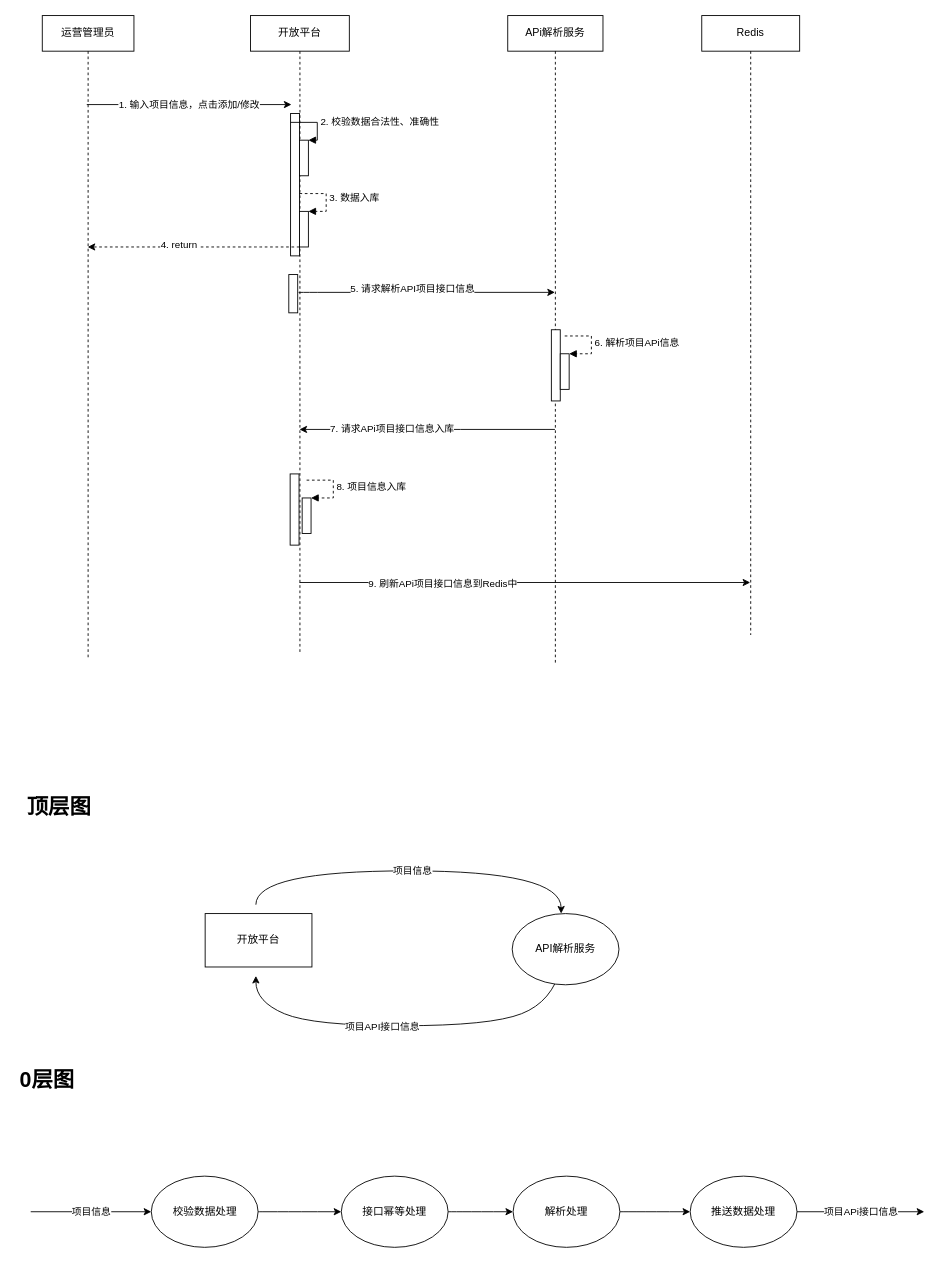
laowang-cloud/diagrams keeps this draw.io diagram as 开放平台添加项目功能.drawio. Above is the earlier version. Source tidied: cells renumbered, new cells numbered last; positions are measured from the earlier drawing's top-left corner, leaving out a move shared by most shapes. Both pictures are drawn from the tidied source at 89%, with x=0, y=0 at pixel (15, 15).
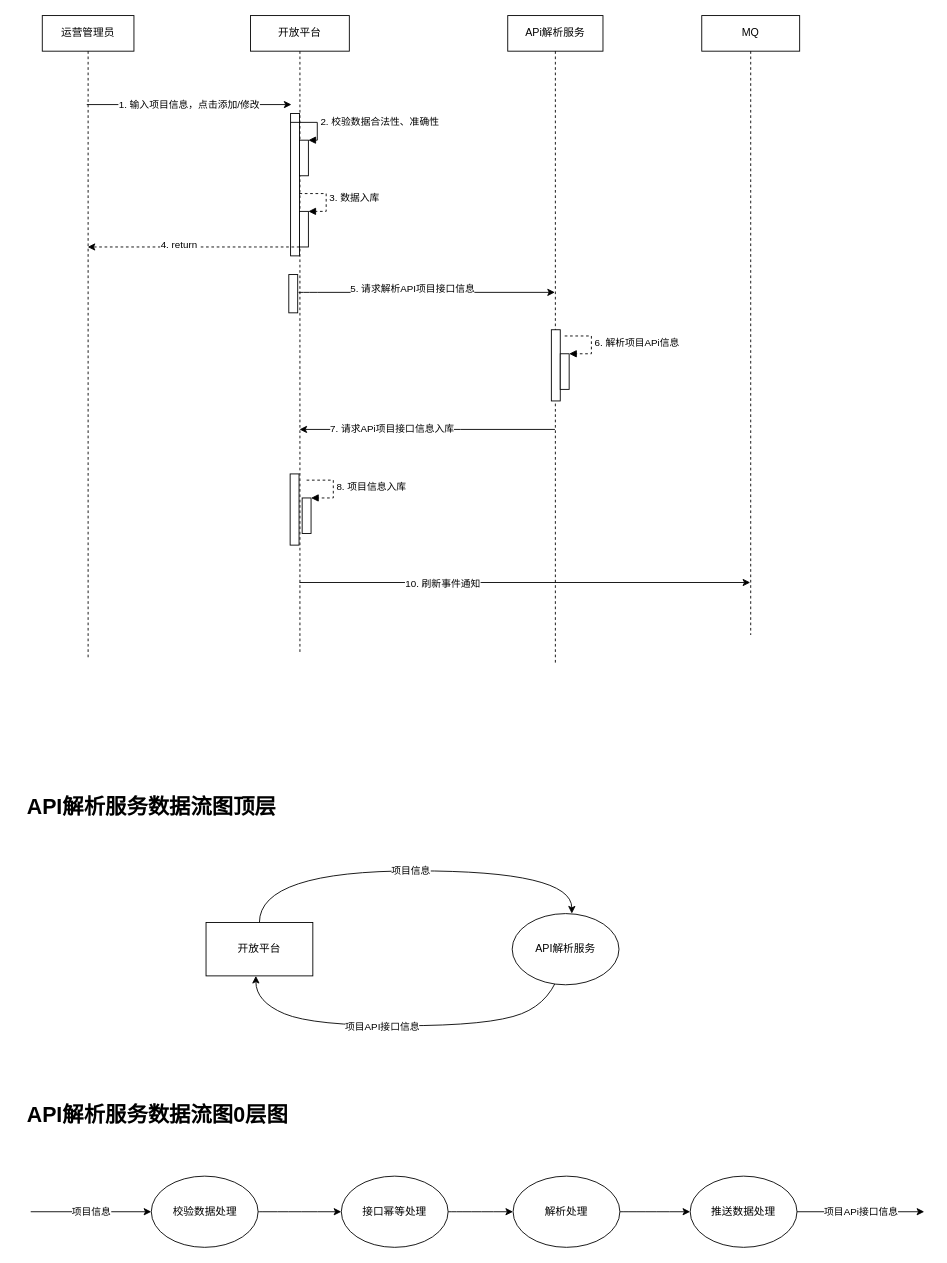
The same page after the edit.

Commit message:
更新开放平台添加项目功能.drawio

Unchanged cells that the change refers to:
```xml
<mxCell id="25" style="endArrow=classic;html=1;" parent="1" edge="1" source="3" target="12">
  <mxGeometry relative="1" as="geometry">
    <Array as="points">
      <mxPoint x="513" y="637" />
    </Array>
  </mxGeometry>
</mxCell>
```

What changed in the source:
```diff
@@
-    <mxCell id="12" value="&lt;span&gt;Redis&lt;/span&gt;" style="shape=umlLifeline;perimeter=lifelinePerimeter;whiteSpace=wrap;html=1;outlineConnect=0;" parent="1" vertex="1">
+    <mxCell id="12" value="&lt;span&gt;MQ&lt;br&gt;&lt;/span&gt;" style="shape=umlLifeline;perimeter=lifelinePerimeter;whiteSpace=wrap;html=1;outlineConnect=0;" parent="1" vertex="1">
       <mxGeometry x="771" width="110" height="696" as="geometry" />
     </mxCell>
@@
-    <mxCell id="26" value="9. 刷新APi项目接口信息到Redis中" style="edgeLabel;html=1;align=center;verticalAlign=middle;" parent="25" vertex="1">
+    <mxCell id="26" value="10. 刷新事件通知" style="edgeLabel;html=1;align=center;verticalAlign=middle;" parent="25" vertex="1">
       <mxGeometry x="-0.37" relative="1" as="geometry" />
     </mxCell>
-    <mxCell id="27" style="edgeStyle=orthogonalEdgeStyle;rounded=0;orthogonalLoop=1;jettySize=auto;html=1;curved=1;" parent="1" edge="1">
+    <mxCell id="27" style="edgeStyle=orthogonalEdgeStyle;rounded=0;jettySize=auto;html=1;curved=1;exitX=0.5;exitY=0;exitDx=0;exitDy=0;" parent="1" edge="1" source="35">
       <mxGeometry relative="1" as="geometry">
-        <mxPoint x="270" y="999" as="sourcePoint" />
-        <mxPoint x="613" y="1009" as="targetPoint" />
+        <mxPoint x="625" y="1009" as="targetPoint" />
         <Array as="points">
-          <mxPoint x="270" y="961" />
-          <mxPoint x="613" y="961" />
+          <mxPoint x="274" y="961" />
+          <mxPoint x="625" y="961" />
         </Array>
       </mxGeometry>
     </mxCell>
@@
-    <mxCell id="31" value="&lt;h1&gt;顶层图&lt;/h1&gt;" style="text;html=1;strokeColor=none;fillColor=none;spacing=5;spacingTop=-20;whiteSpace=wrap;overflow=hidden;rounded=0;" parent="1" vertex="1">
-      <mxGeometry x="8" y="870" width="190" height="120" as="geometry" />
+    <mxCell id="31" value="&lt;h1&gt;API解析服务数据流图顶层&lt;/h1&gt;" style="text;html=1;strokeColor=none;fillColor=none;spacing=5;spacingTop=-20;whiteSpace=wrap;overflow=hidden;rounded=0;" parent="1" vertex="1">
+      <mxGeometry x="8" y="870" width="363" height="65" as="geometry" />
     </mxCell>
-    <mxCell id="32" value="&lt;h1&gt;0层图&lt;/h1&gt;" style="text;html=1;strokeColor=none;fillColor=none;spacing=5;spacingTop=-20;whiteSpace=wrap;overflow=hidden;rounded=0;" parent="1" vertex="1">
-      <mxGeometry y="1176" width="190" height="120" as="geometry" />
+    <mxCell id="32" value="&lt;h1&gt;API解析服务数据流图0层图&lt;/h1&gt;" style="text;html=1;strokeColor=none;fillColor=none;spacing=5;spacingTop=-20;whiteSpace=wrap;overflow=hidden;rounded=0;" parent="1" vertex="1">
+      <mxGeometry x="8" y="1216" width="335" height="58" as="geometry" />
     </mxCell>
@@
     <mxCell id="35" value="开放平台" style="rounded=0;whiteSpace=wrap;html=1;" parent="1" vertex="1">
-      <mxGeometry x="213" y="1009" width="120" height="60" as="geometry" />
+      <mxGeometry x="214" y="1019" width="120" height="60" as="geometry" />
     </mxCell>
```
